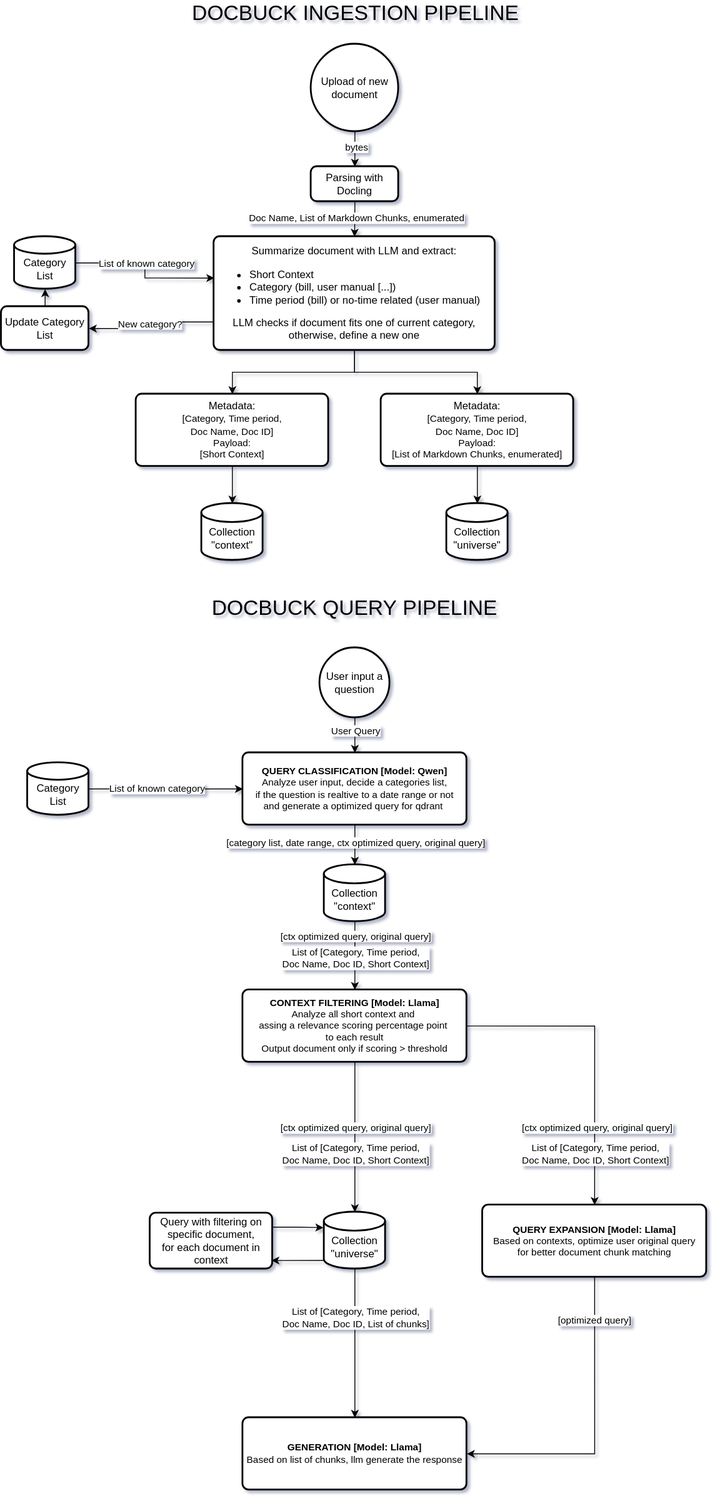
The draw.io diagram resources/docbuck_pipeline.svg in Seroper-real/docbuck, before a commit. Source tidied: cells renumbered, new cells last; positions are measured from the earlier drawing's top-left corner, leaving out a move shared by most shapes.
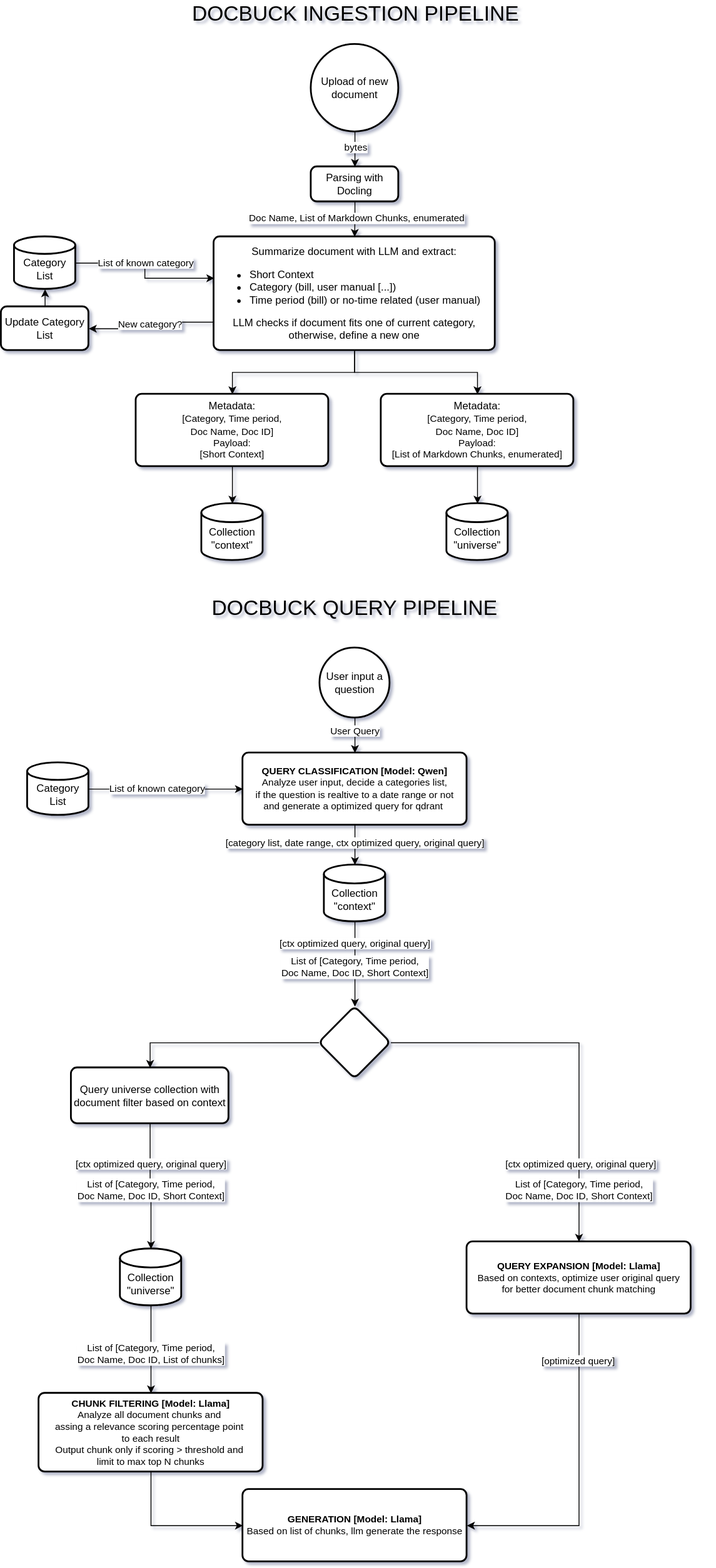
Later version of the same file.

Change to the diagram source:
```diff
@@ -2,7 +2,10 @@
   <root>
     <mxCell id="0" />
     <mxCell id="1" parent="0" />
+    <mxCell id="56" style="edgeStyle=orthogonalEdgeStyle;rounded=0;jettySize=auto;html=1;exitX=0.5;exitY=1;exitDx=0;exitDy=0;exitPerimeter=0;entryX=0.5;entryY=0;entryDx=0;entryDy=0;" parent="1" edge="1" source="48" target="57">
+      <mxGeometry relative="1" as="geometry" />
+    </mxCell>
-    <mxCell id="2" style="edgeStyle=orthogonalEdgeStyle;rounded=0;jettySize=auto;html=1;exitX=0.5;exitY=1;exitDx=0;exitDy=0;entryX=0.5;entryY=0;entryDx=0;entryDy=0;entryPerimeter=0;" parent="1" edge="1" source="35" target="48">
+    <mxCell id="2" style="edgeStyle=orthogonalEdgeStyle;rounded=0;jettySize=auto;html=1;exitX=0.5;exitY=1;exitDx=0;exitDy=0;entryX=0.5;entryY=0;entryDx=0;entryDy=0;entryPerimeter=0;" parent="1" edge="1" source="49" target="48">
       <mxGeometry relative="1" as="geometry" />
     </mxCell>
     <mxCell id="3" value="&lt;font style=&quot;font-size: 24px;&quot;&gt;DOCBUCK INGESTION PIPELINE&lt;/font&gt;" style="text;html=1;whiteSpace=wrap;strokeColor=none;fillColor=none;align=center;verticalAlign=middle;rounded=0;" parent="1" vertex="1">
@@ -113,8 +116,8 @@
     <mxCell id="34" style="edgeStyle=orthogonalEdgeStyle;rounded=0;jettySize=auto;html=1;exitX=1;exitY=0.5;exitDx=0;exitDy=0;entryX=0.5;entryY=0;entryDx=0;entryDy=0;" parent="1" edge="1" source="35" target="46">
       <mxGeometry relative="1" as="geometry" />
     </mxCell>
-    <mxCell id="35" value="&lt;div style=&quot;font-size: 11px; text-wrap-mode: nowrap;&quot;&gt;&lt;span style=&quot;background-color: light-dark(rgb(255, 255, 255), rgb(18, 18, 18)); color: light-dark(rgb(0, 0, 0), rgb(255, 255, 255));&quot;&gt;&lt;b&gt;CONTEXT FILTERING [Model: Llama]&lt;/b&gt;&lt;/span&gt;&lt;/div&gt;&lt;div style=&quot;font-size: 11px; text-wrap-mode: nowrap;&quot;&gt;&lt;span style=&quot;background-color: light-dark(rgb(255, 255, 255), rgb(18, 18, 18)); color: light-dark(rgb(0, 0, 0), rgb(255, 255, 255));&quot;&gt;Analyze all short context&amp;nbsp;&lt;/span&gt;&lt;span style=&quot;background-color: light-dark(rgb(255, 255, 255), rgb(18, 18, 18)); color: light-dark(rgb(0, 0, 0), rgb(255, 255, 255));&quot;&gt;and&amp;nbsp;&lt;/span&gt;&lt;/div&gt;&lt;div style=&quot;font-size: 11px; text-wrap-mode: nowrap;&quot;&gt;&lt;span style=&quot;background-color: light-dark(rgb(255, 255, 255), rgb(18, 18, 18)); color: light-dark(rgb(0, 0, 0), rgb(255, 255, 255));&quot;&gt;assing a relevance scoring percentage point&amp;nbsp;&lt;/span&gt;&lt;/div&gt;&lt;div style=&quot;font-size: 11px; text-wrap-mode: nowrap;&quot;&gt;&lt;span style=&quot;background-color: light-dark(rgb(255, 255, 255), rgb(18, 18, 18)); color: light-dark(rgb(0, 0, 0), rgb(255, 255, 255));&quot;&gt;to each result&lt;/span&gt;&lt;/div&gt;&lt;div style=&quot;font-size: 11px; text-wrap-mode: nowrap;&quot;&gt;Output document only if scoring &amp;gt;&amp;nbsp;threshold&lt;/div&gt;" style="rounded=1;whiteSpace=wrap;html=1;absoluteArcSize=1;arcSize=14;strokeWidth=2;" parent="1" vertex="1">
-      <mxGeometry x="276" y="1131" width="256" height="82.6" as="geometry" />
+    <mxCell id="35" value="&lt;div style=&quot;font-size: 11px; text-wrap-mode: nowrap;&quot;&gt;&lt;br&gt;&lt;/div&gt;" style="rounded=1;whiteSpace=wrap;html=1;absoluteArcSize=1;arcSize=14;strokeWidth=2;shape=rhombus;perimeter=rhombusPerimeter;" parent="1" vertex="1">
+      <mxGeometry x="363" y="1150" width="82" height="82.6" as="geometry" />
     </mxCell>
     <mxCell id="36" style="edgeStyle=orthogonalEdgeStyle;rounded=0;jettySize=auto;html=1;exitX=1;exitY=0.5;exitDx=0;exitDy=0;exitPerimeter=0;entryX=0;entryY=0.5;entryDx=0;entryDy=0;" parent="1" edge="1" source="38" target="30">
       <mxGeometry relative="1" as="geometry" />
@@ -135,10 +138,10 @@
       <mxGeometry x="369" y="988" width="70" height="65" as="geometry" />
     </mxCell>
     <mxCell id="42" value="[ctx optimized query,&amp;nbsp;&lt;span style=&quot;background-color: light-dark(#ffffff, var(--ge-dark-color, #121212)); color: light-dark(rgb(0, 0, 0), rgb(255, 255, 255));&quot;&gt;original query]&lt;/span&gt;" style="edgeLabel;html=1;align=center;verticalAlign=middle;" parent="1" vertex="1">
-      <mxGeometry x="404" y="1288" as="geometry" />
+      <mxGeometry x="171" y="1330" as="geometry" />
     </mxCell>
     <mxCell id="43" value="List of &lt;span style=&quot;color: light-dark(rgb(0, 0, 0), rgb(255, 255, 255)); background-color: rgb(255, 255, 255);&quot;&gt;[&lt;/span&gt;&lt;span style=&quot;color: light-dark(rgb(0, 0, 0), rgb(255, 255, 255)); background-color: rgb(255, 255, 255);&quot;&gt;Category,&amp;nbsp;&lt;/span&gt;&lt;span style=&quot;color: light-dark(rgb(0, 0, 0), rgb(255, 255, 255)); background-color: transparent;&quot;&gt;Time period,&lt;br&gt;&lt;/span&gt;&lt;span style=&quot;background-color: light-dark(rgb(255, 255, 255), rgb(18, 18, 18)); color: light-dark(rgb(0, 0, 0), rgb(255, 255, 255));&quot;&gt;Doc Name, Doc ID, Short Context&lt;/span&gt;]" style="edgeLabel;html=1;align=center;verticalAlign=middle;" parent="1" vertex="1">
-      <mxGeometry x="404" y="1318" as="geometry" />
+      <mxGeometry x="171" y="1360" as="geometry" />
     </mxCell>
     <mxCell id="44" style="edgeStyle=orthogonalEdgeStyle;rounded=0;jettySize=auto;html=1;exitX=0.5;exitY=1;exitDx=0;exitDy=0;entryX=1;entryY=0.5;entryDx=0;entryDy=0;" parent="1" edge="1" source="46" target="52">
       <mxGeometry relative="1" as="geometry" />
@@ -147,34 +150,34 @@
       <mxGeometry x="-0.71" y="-1" relative="1" as="geometry" />
     </mxCell>
     <mxCell id="46" value="&lt;div style=&quot;font-size: 11px; text-wrap-mode: nowrap;&quot;&gt;&lt;span style=&quot;background-color: light-dark(rgb(255, 255, 255), rgb(18, 18, 18)); color: light-dark(rgb(0, 0, 0), rgb(255, 255, 255));&quot;&gt;&lt;b&gt;QUERY EXPANSION [Model: Llama]&lt;/b&gt;&lt;/span&gt;&lt;/div&gt;&lt;div style=&quot;font-size: 11px; text-wrap-mode: nowrap;&quot;&gt;&lt;span style=&quot;background-color: rgb(255, 255, 255);&quot;&gt;Based on contexts, optimize user original query&lt;/span&gt;&lt;/div&gt;&lt;div style=&quot;font-size: 11px; text-wrap-mode: nowrap;&quot;&gt;&lt;span style=&quot;background-color: rgb(255, 255, 255);&quot;&gt;for better document chunk matching&lt;/span&gt;&lt;/div&gt;" style="rounded=1;whiteSpace=wrap;html=1;absoluteArcSize=1;arcSize=14;strokeWidth=2;" parent="1" vertex="1">
-      <mxGeometry x="550" y="1376.8" width="256" height="82.6" as="geometry" />
+      <mxGeometry x="532" y="1418.8" width="256" height="82.6" as="geometry" />
     </mxCell>
-    <mxCell id="47" style="edgeStyle=orthogonalEdgeStyle;rounded=0;jettySize=auto;html=1;exitX=0.5;exitY=1;exitDx=0;exitDy=0;exitPerimeter=0;entryX=0.5;entryY=0;entryDx=0;entryDy=0;" parent="1" edge="1" source="48" target="52">
+    <mxCell id="47" style="edgeStyle=orthogonalEdgeStyle;rounded=0;jettySize=auto;html=1;exitX=0.5;exitY=1;exitDx=0;exitDy=0;exitPerimeter=0;entryX=0;entryY=0.5;entryDx=0;entryDy=0;" parent="1" edge="1" source="57" target="52">
       <mxGeometry relative="1" as="geometry" />
     </mxCell>
     <mxCell id="48" value="&lt;div&gt;&lt;br&gt;&lt;/div&gt;Collection&lt;br&gt;&lt;div&gt;&quot;universe&quot;&lt;/div&gt;" style="strokeWidth=2;html=1;shape=mxgraph.flowchart.database;whiteSpace=wrap;" parent="1" vertex="1">
-      <mxGeometry x="369" y="1385" width="70" height="65" as="geometry" />
+      <mxGeometry x="136" y="1427" width="70" height="65" as="geometry" />
     </mxCell>
-    <mxCell id="49" value="&lt;span style=&quot;background-color: rgb(255, 255, 255);&quot;&gt;Query with filtering on specific document,&lt;/span&gt;&lt;div&gt;&lt;span style=&quot;background-color: rgb(255, 255, 255);&quot;&gt;for each document in context&lt;/span&gt;&lt;/div&gt;" style="rounded=1;whiteSpace=wrap;html=1;absoluteArcSize=1;arcSize=14;strokeWidth=2;" parent="1" vertex="1">
-      <mxGeometry x="170" y="1386.2" width="140" height="63.8" as="geometry" />
-    </mxCell>
-    <mxCell id="50" style="edgeStyle=orthogonalEdgeStyle;rounded=0;jettySize=auto;html=1;exitX=0;exitY=0.85;exitDx=0;exitDy=0;exitPerimeter=0;entryX=0.99;entryY=0.848;entryDx=0;entryDy=0;entryPerimeter=0;" parent="1" edge="1" source="48" target="49">
-      <mxGeometry relative="1" as="geometry" />
-    </mxCell>
-    <mxCell id="51" style="edgeStyle=orthogonalEdgeStyle;rounded=0;jettySize=auto;html=1;exitX=1;exitY=0.25;exitDx=0;exitDy=0;entryX=-0.015;entryY=0.273;entryDx=0;entryDy=0;entryPerimeter=0;" parent="1" edge="1" source="49" target="48">
-      <mxGeometry relative="1" as="geometry" />
-    </mxCell>
     <mxCell id="52" value="&lt;div style=&quot;font-size: 11px; text-wrap-mode: nowrap;&quot;&gt;&lt;span style=&quot;background-color: light-dark(rgb(255, 255, 255), rgb(18, 18, 18)); color: light-dark(rgb(0, 0, 0), rgb(255, 255, 255));&quot;&gt;&lt;b&gt;GENERATION [Model: Llama]&lt;/b&gt;&lt;/span&gt;&lt;/div&gt;&lt;div style=&quot;font-size: 11px; text-wrap-mode: nowrap;&quot;&gt;&lt;span style=&quot;background-color: rgb(255, 255, 255);&quot;&gt;Based on list of chunks, llm generate the response&lt;/span&gt;&lt;/div&gt;" style="rounded=1;whiteSpace=wrap;html=1;absoluteArcSize=1;arcSize=14;strokeWidth=2;" parent="1" vertex="1">
-      <mxGeometry x="276" y="1620" width="256" height="82.6" as="geometry" />
+      <mxGeometry x="276" y="1702" width="256" height="82.6" as="geometry" />
     </mxCell>
     <mxCell id="53" value="List of &lt;span style=&quot;color: light-dark(rgb(0, 0, 0), rgb(255, 255, 255)); background-color: rgb(255, 255, 255);&quot;&gt;[&lt;/span&gt;&lt;span style=&quot;color: light-dark(rgb(0, 0, 0), rgb(255, 255, 255)); background-color: rgb(255, 255, 255);&quot;&gt;Category,&amp;nbsp;&lt;/span&gt;&lt;span style=&quot;color: light-dark(rgb(0, 0, 0), rgb(255, 255, 255)); background-color: transparent;&quot;&gt;Time period,&lt;br&gt;&lt;/span&gt;&lt;span style=&quot;background-color: light-dark(rgb(255, 255, 255), rgb(18, 18, 18)); color: light-dark(rgb(0, 0, 0), rgb(255, 255, 255));&quot;&gt;Doc Name, Doc ID, List of chunks&lt;/span&gt;]" style="edgeLabel;html=1;align=center;verticalAlign=middle;" parent="1" vertex="1">
-      <mxGeometry x="404" y="1505" as="geometry" />
+      <mxGeometry x="171" y="1547" as="geometry" />
     </mxCell>
     <mxCell id="54" value="List of &lt;span style=&quot;color: light-dark(rgb(0, 0, 0), rgb(255, 255, 255)); background-color: rgb(255, 255, 255);&quot;&gt;[&lt;/span&gt;&lt;span style=&quot;color: light-dark(rgb(0, 0, 0), rgb(255, 255, 255)); background-color: rgb(255, 255, 255);&quot;&gt;Category,&amp;nbsp;&lt;/span&gt;&lt;span style=&quot;color: light-dark(rgb(0, 0, 0), rgb(255, 255, 255)); background-color: transparent;&quot;&gt;Time period,&lt;br&gt;&lt;/span&gt;&lt;span style=&quot;background-color: light-dark(rgb(255, 255, 255), rgb(18, 18, 18)); color: light-dark(rgb(0, 0, 0), rgb(255, 255, 255));&quot;&gt;Doc Name, Doc ID, Short Context&lt;/span&gt;]" style="edgeLabel;html=1;align=center;verticalAlign=middle;" parent="1" vertex="1">
-      <mxGeometry x="678" y="1318" as="geometry" />
+      <mxGeometry x="660" y="1360" as="geometry" />
     </mxCell>
     <mxCell id="55" value="[ctx optimized query,&amp;nbsp;&lt;span style=&quot;background-color: light-dark(#ffffff, var(--ge-dark-color, #121212)); color: light-dark(rgb(0, 0, 0), rgb(255, 255, 255));&quot;&gt;original query]&lt;/span&gt;" style="edgeLabel;html=1;align=center;verticalAlign=middle;" parent="1" vertex="1">
-      <mxGeometry x="680" y="1288" as="geometry" />
+      <mxGeometry x="662" y="1330" as="geometry" />
     </mxCell>
+    <mxCell id="57" value="&lt;div style=&quot;font-size: 11px; text-wrap-mode: nowrap;&quot;&gt;&lt;span style=&quot;background-color: light-dark(rgb(255, 255, 255), rgb(18, 18, 18)); color: light-dark(rgb(0, 0, 0), rgb(255, 255, 255));&quot;&gt;&lt;b&gt;CHUNK FILTERING [Model: Llama]&lt;/b&gt;&lt;/span&gt;&lt;/div&gt;&lt;div style=&quot;font-size: 11px; text-wrap-mode: nowrap;&quot;&gt;&lt;span style=&quot;background-color: light-dark(rgb(255, 255, 255), rgb(18, 18, 18)); color: light-dark(rgb(0, 0, 0), rgb(255, 255, 255));&quot;&gt;Analyze all document chunks&amp;nbsp;&lt;/span&gt;&lt;span style=&quot;background-color: light-dark(rgb(255, 255, 255), rgb(18, 18, 18)); color: light-dark(rgb(0, 0, 0), rgb(255, 255, 255));&quot;&gt;and&amp;nbsp;&lt;/span&gt;&lt;/div&gt;&lt;div style=&quot;font-size: 11px; text-wrap-mode: nowrap;&quot;&gt;&lt;span style=&quot;background-color: light-dark(rgb(255, 255, 255), rgb(18, 18, 18)); color: light-dark(rgb(0, 0, 0), rgb(255, 255, 255));&quot;&gt;assing a relevance scoring percentage point&amp;nbsp;&lt;/span&gt;&lt;/div&gt;&lt;div style=&quot;font-size: 11px; text-wrap-mode: nowrap;&quot;&gt;&lt;span style=&quot;background-color: light-dark(rgb(255, 255, 255), rgb(18, 18, 18)); color: light-dark(rgb(0, 0, 0), rgb(255, 255, 255));&quot;&gt;to each result&lt;/span&gt;&lt;/div&gt;&lt;div style=&quot;font-size: 11px; text-wrap-mode: nowrap;&quot;&gt;Output chunk only if scoring &amp;gt;&amp;nbsp;threshold and&amp;nbsp;&lt;/div&gt;&lt;div style=&quot;font-size: 11px; text-wrap-mode: nowrap;&quot;&gt;limit to max top N chunks&lt;/div&gt;" style="rounded=1;whiteSpace=wrap;html=1;absoluteArcSize=1;arcSize=14;strokeWidth=2;" parent="1" vertex="1">
+      <mxGeometry x="43" y="1592" width="256" height="90" as="geometry" />
+    </mxCell>
+    <mxCell id="58" style="edgeStyle=orthogonalEdgeStyle;rounded=0;jettySize=auto;html=1;exitX=0;exitY=0.5;exitDx=0;exitDy=0;entryX=0.5;entryY=0;entryDx=0;entryDy=0;entryPerimeter=0;" parent="1" edge="1" source="35" target="49">
+      <mxGeometry relative="1" as="geometry" />
+    </mxCell>
+    <mxCell id="49" value="&lt;span style=&quot;background-color: rgb(255, 255, 255);&quot;&gt;Query universe collection with document filter based on context&lt;/span&gt;" style="rounded=1;whiteSpace=wrap;html=1;absoluteArcSize=1;arcSize=14;strokeWidth=2;" parent="1" vertex="1">
+      <mxGeometry x="80" y="1220" width="180" height="63.8" as="geometry" />
+    </mxCell>
   </root>
 </mxGraphModel>
```
